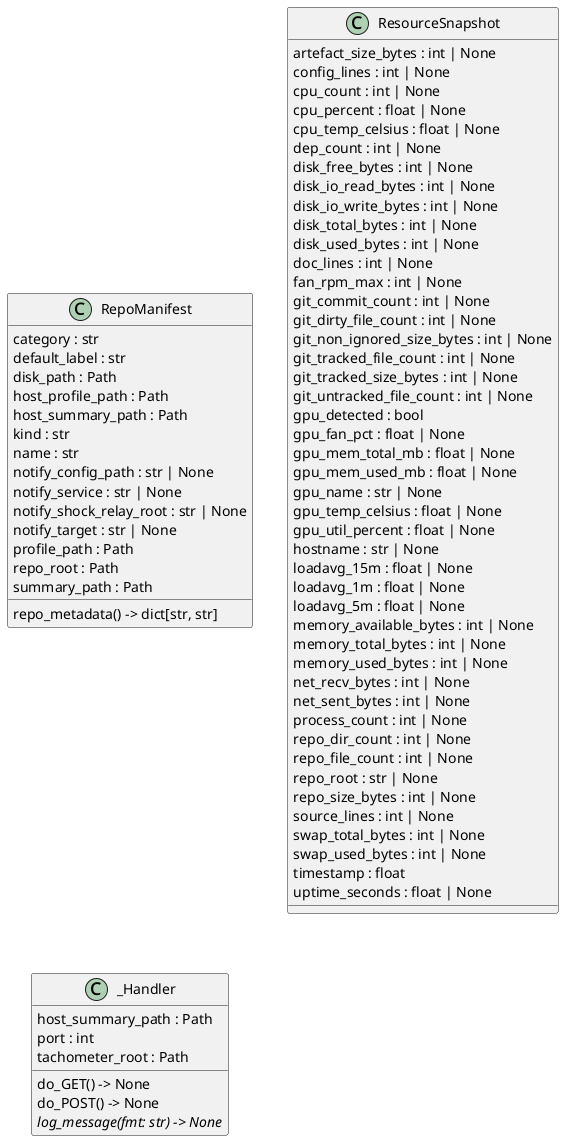
casonk/tachometer keeps this PlantUML diagram as docs/diagrams/python-classes.puml.png. Above is the earlier version.
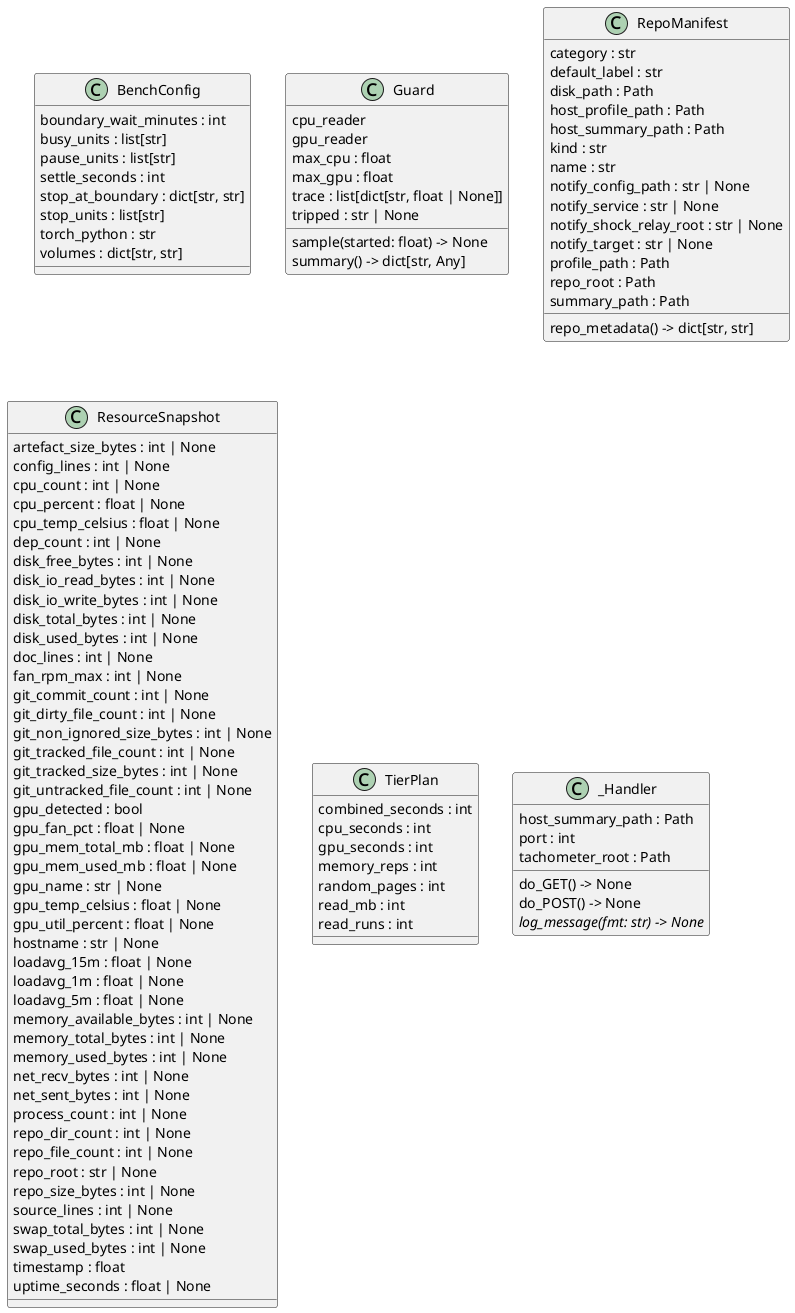
Above is the later version.

Diff of the diagram source:
```diff
@@ -1,5 +1,25 @@
-@startuml classes_tachometer
+@startuml classes_checkout
 set namespaceSeparator none
+class "BenchConfig" as tachometer.bench.BenchConfig {
+  boundary_wait_minutes : int
+  busy_units : list[str]
+  pause_units : list[str]
+  settle_seconds : int
+  stop_at_boundary : dict[str, str]
+  stop_units : list[str]
+  torch_python : str
+  volumes : dict[str, str]
+}
+class "Guard" as tachometer.bench.Guard {
+  cpu_reader
+  gpu_reader
+  max_cpu : float
+  max_gpu : float
+  trace : list[dict[str, float | None]]
+  tripped : str | None
+  sample(started: float) -> None
+  summary() -> dict[str, Any]
+}
 class "RepoManifest" as tachometer.model.RepoManifest {
   category : str
   default_label : str
@@ -64,6 +84,15 @@
   timestamp : float
   uptime_seconds : float | None
 }
+class "TierPlan" as tachometer.bench.TierPlan {
+  combined_seconds : int
+  cpu_seconds : int
+  gpu_seconds : int
+  memory_reps : int
+  random_pages : int
+  read_mb : int
+  read_runs : int
+}
 class "_Handler" as tachometer.server._Handler {
   host_summary_path : Path
   port : int
```
